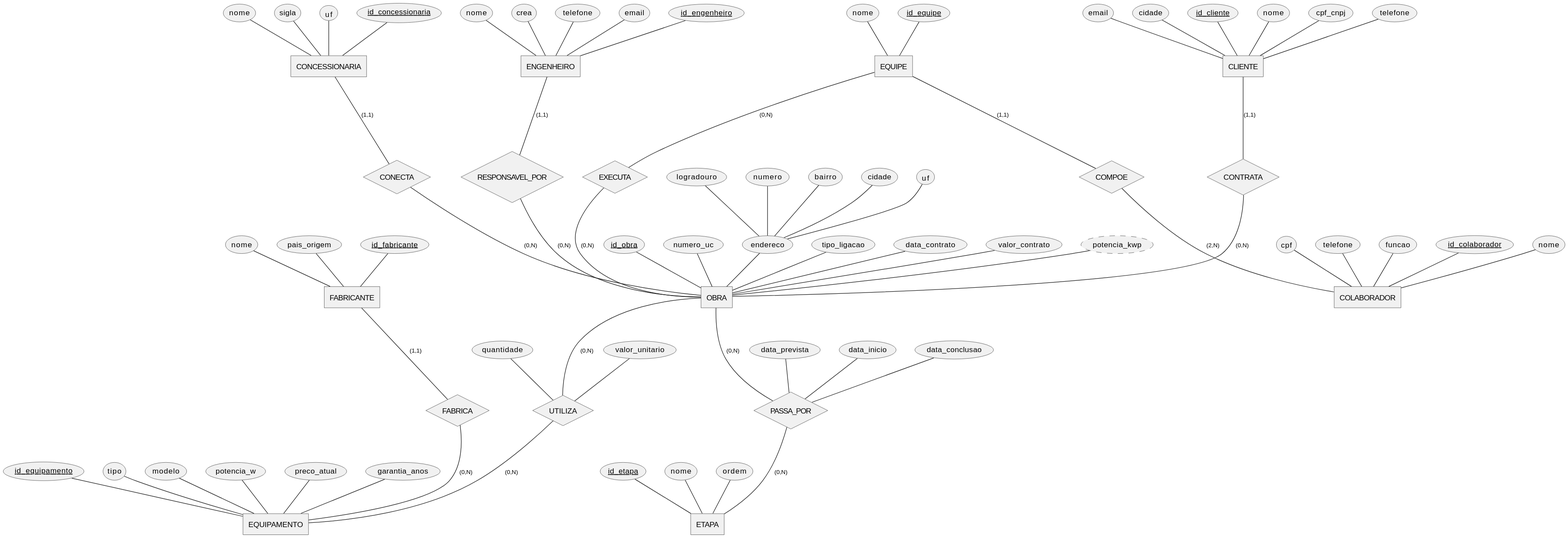
Before: documentacao/modelo_conceitual.svg, a diagram exported from PlantUML (christianoeds/gestao_fotovoltaica).
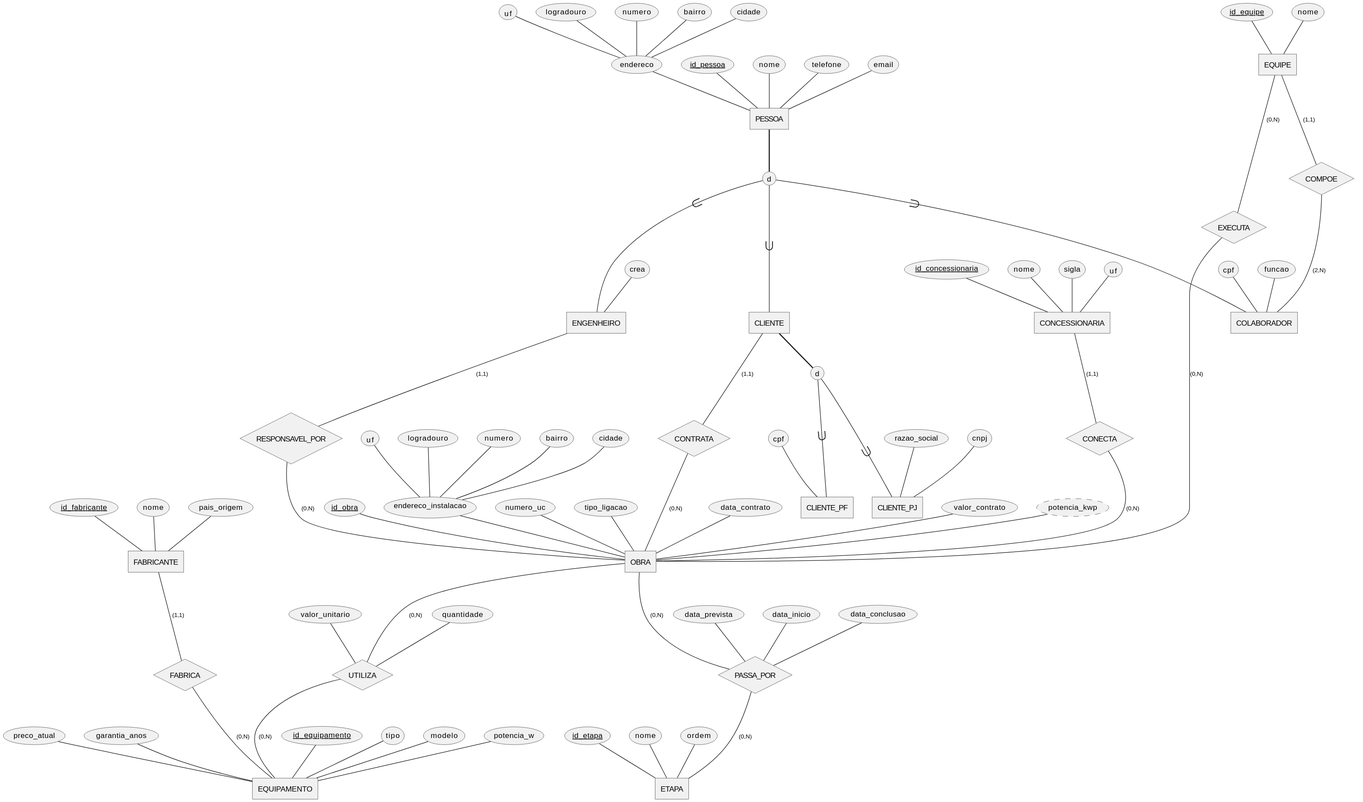
After the change.

Commit message:
criando o modelo lógico e ajustando todo o restante da documentação para criar herança entre pessoa, colaborador, cliente e engenheiro

The edit, as a diff of the source:
```diff
@@ -1,12 +1,38 @@
 @startchen modelo_conceitual
 
-entity CLIENTE {
-  id_cliente <<key>>
+entity PESSOA {
+  id_pessoa <<key>>
   nome
-  cpf_cnpj
   telefone
   email
-  cidade
+  endereco {
+    logradouro
+    numero
+    bairro
+    cidade
+    uf
+  }
+}
+
+entity CLIENTE {
+}
+
+entity CLIENTE_PF {
+  cpf
+}
+
+entity CLIENTE_PJ {
+  cnpj
+  razao_social
+}
+
+entity ENGENHEIRO {
+  crea
+}
+
+entity COLABORADOR {
+  cpf
+  funcao
 }
 
 entity CONCESSIONARIA {
@@ -16,25 +42,9 @@
   uf
 }
 
-entity ENGENHEIRO {
-  id_engenheiro <<key>>
-  nome
-  crea
-  telefone
-  email
-}
-
 entity EQUIPE {
   id_equipe <<key>>
   nome
-}
-
-entity COLABORADOR {
-  id_colaborador <<key>>
-  nome
-  cpf
-  telefone
-  funcao
 }
 
 entity FABRICANTE {
@@ -61,7 +71,7 @@
 entity OBRA {
   id_obra <<key>>
   numero_uc
-  endereco {
+  endereco_instalacao {
     logradouro
     numero
     bairro
@@ -103,6 +113,9 @@
   data_conclusao
 }
 
+PESSOA =>= d { CLIENTE, ENGENHEIRO, COLABORADOR }
+CLIENTE =>= d { CLIENTE_PF, CLIENTE_PJ }
+
 CLIENTE -(1,1)- CONTRATA
 CONTRATA -(0,N)- OBRA
 
```
